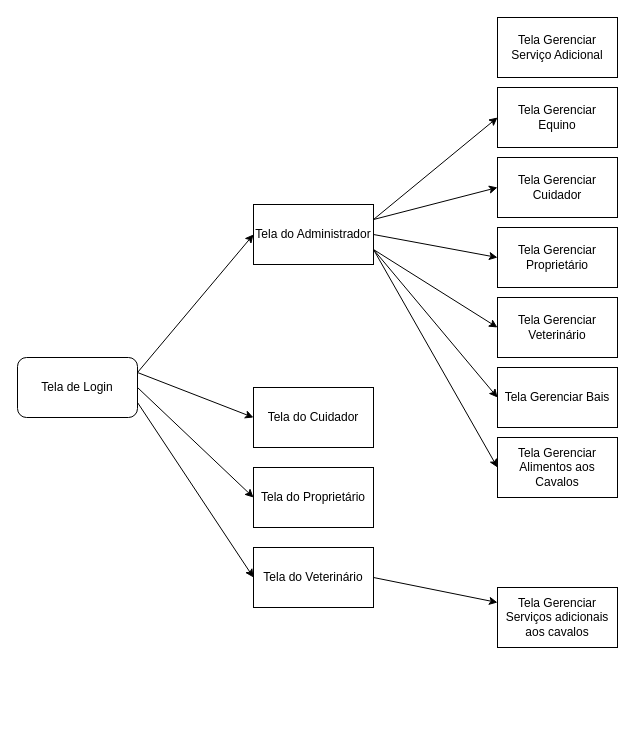
The draw.io diagram page "Fluxo de Telas" (1 of 4) of diagramas/haras_telas.drawio in Iagoarrighi/LPS-Haras, before the edit. Source tidied: cells renumbered, new cells numbered last; positions are measured from the earlier drawing's top-left corner, leaving out a move shared by most shapes. Both pictures are drawn from the tidied source at 100%, with x=0, y=0 at pixel (17, 17).
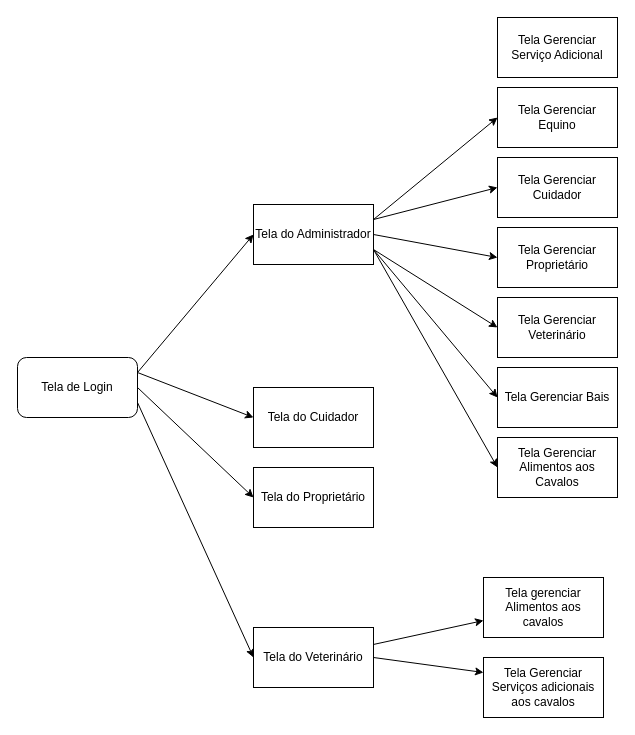
After the change.

The edit, as a diff of the source:
```diff
@@
     <mxCell id="6" value="Tela do Veterinário" style="rounded=0;whiteSpace=wrap;html=1;strokeColor=default;" parent="1" vertex="1">
-      <mxGeometry x="236" y="530" width="120" height="60" as="geometry" />
+      <mxGeometry x="236" y="610" width="120" height="60" as="geometry" />
     </mxCell>
@@
     <mxCell id="23" value="Tela Gerenciar Serviços adicionais aos cavalos" style="rounded=0;whiteSpace=wrap;html=1;strokeColor=default;" parent="1" vertex="1">
-      <mxGeometry x="480" y="570" width="120" height="60" as="geometry" />
+      <mxGeometry x="466" y="640" width="120" height="60" as="geometry" />
     </mxCell>
@@
+    <mxCell id="26" value="Tela gerenciar Alimentos aos cavalos" style="rounded=0;whiteSpace=wrap;html=1;" parent="1" vertex="1">
+      <mxGeometry x="466" y="560" width="120" height="60" as="geometry" />
+    </mxCell>
+    <mxCell id="27" style="endArrow=classic;html=1;rounded=0;" parent="1" edge="1" source="6" target="26">
+      <mxGeometry relative="1" as="geometry" />
+    </mxCell>
```
